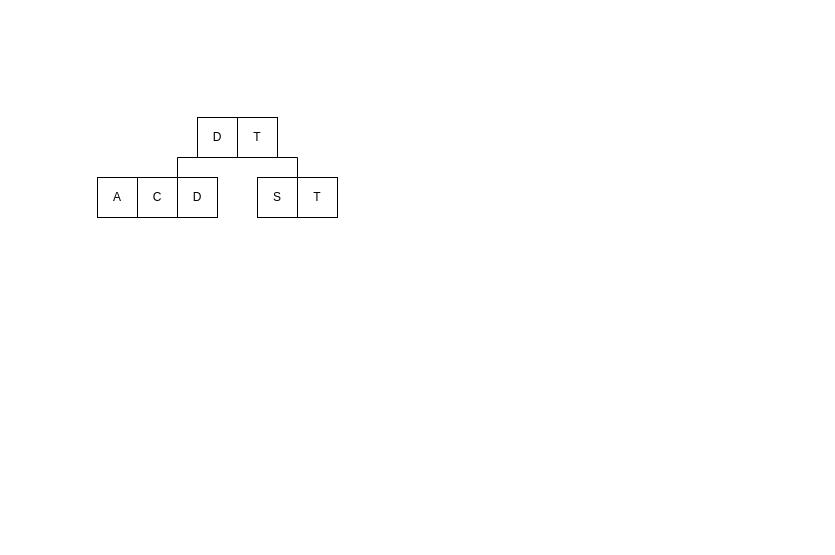
This is B Trees Example.drawio from JJVillasis/Database-Designs, a draw.io file, before an edit. Source tidied: cells renumbered, new cells numbered last; positions are measured from the earlier drawing's top-left corner, leaving out a move shared by most shapes. Both pictures are drawn from the tidied source at 100%, with x=0, y=0 at pixel (97, 117).
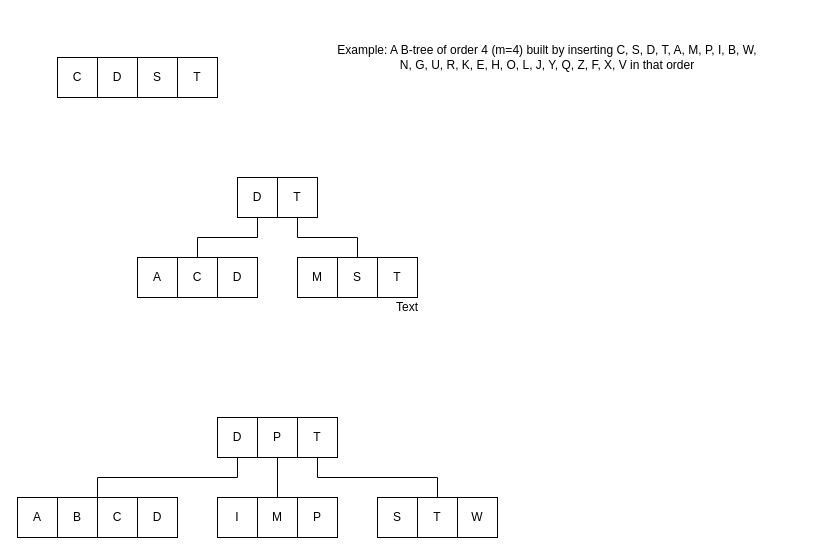
Above is the later version.

Diff of the diagram source:
```diff
@@
+    <mxCell id="4" style="edgeStyle=orthogonalEdgeStyle;rounded=0;jettySize=auto;html=1;exitX=0.5;exitY=1;exitDx=0;exitDy=0;endArrow=none;endFill=0;entryX=1;entryY=0;entryDx=0;entryDy=0;" parent="1" edge="1" source="5" target="33">
+      <mxGeometry relative="1" as="geometry">
+        <Array as="points">
+          <mxPoint x="140" y="360" />
+          <mxPoint y="360" />
+        </Array>
+      </mxGeometry>
+    </mxCell>
+    <mxCell id="11" style="edgeStyle=orthogonalEdgeStyle;rounded=0;jettySize=auto;html=1;exitX=1;exitY=1;exitDx=0;exitDy=0;entryX=1;entryY=0;entryDx=0;entryDy=0;endArrow=none;endFill=0;" parent="1" edge="1" source="10" target="3">
+      <mxGeometry relative="1" as="geometry">
+        <Array as="points">
+          <mxPoint x="220" y="340" />
+          <mxPoint x="220" y="360" />
+          <mxPoint x="340" y="360" />
+          <mxPoint x="340" y="380" />
+        </Array>
+      </mxGeometry>
+    </mxCell>
+    <mxCell id="3" value="S" style="whiteSpace=wrap;html=1;align=center;" parent="1" vertex="1">
+      <mxGeometry x="280" y="380" width="40" height="40" as="geometry" />
+    </mxCell>
+    <mxCell id="6" value="T" style="whiteSpace=wrap;html=1;align=center;" parent="1" vertex="1">
+      <mxGeometry x="320" y="380" width="40" height="40" as="geometry" />
+    </mxCell>
+    <mxCell id="12" value="M" style="whiteSpace=wrap;html=1;align=center;" parent="1" vertex="1">
+      <mxGeometry x="160" y="380" width="40" height="40" as="geometry" />
+    </mxCell>
+    <mxCell id="13" value="P" style="whiteSpace=wrap;html=1;align=center;" parent="1" vertex="1">
+      <mxGeometry x="200" y="380" width="40" height="40" as="geometry" />
+    </mxCell>
+    <mxCell id="5" value="D" style="whiteSpace=wrap;html=1;align=center;" parent="1" vertex="1">
+      <mxGeometry x="120" y="300" width="40" height="40" as="geometry" />
+    </mxCell>
+    <mxCell id="10" value="T" style="whiteSpace=wrap;html=1;align=center;" parent="1" vertex="1">
+      <mxGeometry x="200" y="300" width="40" height="40" as="geometry" />
+    </mxCell>
+    <mxCell id="14" value="I" style="whiteSpace=wrap;html=1;align=center;" parent="1" vertex="1">
+      <mxGeometry x="120" y="380" width="40" height="40" as="geometry" />
+    </mxCell>
+    <mxCell id="15" style="edgeStyle=orthogonalEdgeStyle;rounded=0;jettySize=auto;html=1;exitX=0.5;exitY=1;exitDx=0;exitDy=0;entryX=0.5;entryY=0;entryDx=0;entryDy=0;endArrow=none;endFill=0;" parent="1" edge="1" source="16" target="12">
+      <mxGeometry relative="1" as="geometry" />
+    </mxCell>
+    <mxCell id="16" value="P" style="whiteSpace=wrap;html=1;align=center;" parent="1" vertex="1">
+      <mxGeometry x="160" y="300" width="40" height="40" as="geometry" />
+    </mxCell>
+    <mxCell id="17" value="C" style="whiteSpace=wrap;html=1;align=center;" parent="1" vertex="1">
+      <mxGeometry x="-40" y="-60" width="40" height="40" as="geometry" />
+    </mxCell>
+    <mxCell id="18" value="D" style="whiteSpace=wrap;html=1;align=center;" parent="1" vertex="1">
+      <mxGeometry y="-60" width="40" height="40" as="geometry" />
+    </mxCell>
+    <mxCell id="19" value="S" style="whiteSpace=wrap;html=1;align=center;" parent="1" vertex="1">
+      <mxGeometry x="40" y="-60" width="40" height="40" as="geometry" />
+    </mxCell>
+    <mxCell id="20" value="T" style="whiteSpace=wrap;html=1;align=center;" parent="1" vertex="1">
+      <mxGeometry x="80" y="-60" width="40" height="40" as="geometry" />
+    </mxCell>
+    <mxCell id="21" style="edgeStyle=orthogonalEdgeStyle;rounded=0;jettySize=auto;html=1;exitX=0.5;exitY=1;exitDx=0;exitDy=0;entryX=0.5;entryY=0;entryDx=0;entryDy=0;endArrow=none;endFill=0;" parent="1" edge="1" source="25" target="28">
+      <mxGeometry relative="1" as="geometry" />
+    </mxCell>
+    <mxCell id="22" value="S" style="whiteSpace=wrap;html=1;align=center;" parent="1" vertex="1">
+      <mxGeometry x="240" y="140" width="40" height="40" as="geometry" />
+    </mxCell>
+    <mxCell id="23" style="edgeStyle=orthogonalEdgeStyle;rounded=0;jettySize=auto;html=1;exitX=0.5;exitY=0;exitDx=0;exitDy=0;entryX=0.5;entryY=1;entryDx=0;entryDy=0;endArrow=none;endFill=0;" parent="1" edge="1" source="24" target="26">
+      <mxGeometry relative="1" as="geometry">
+        <Array as="points">
+          <mxPoint x="260" y="140" />
+          <mxPoint x="260" y="120" />
+          <mxPoint x="200" y="120" />
+        </Array>
+      </mxGeometry>
+    </mxCell>
+    <mxCell id="24" value="T" style="whiteSpace=wrap;html=1;align=center;" parent="1" vertex="1">
+      <mxGeometry x="280" y="140" width="40" height="40" as="geometry" />
+    </mxCell>
+    <mxCell id="25" value="D" style="whiteSpace=wrap;html=1;align=center;" parent="1" vertex="1">
+      <mxGeometry x="140" y="60" width="40" height="40" as="geometry" />
+    </mxCell>
+    <mxCell id="26" value="T" style="whiteSpace=wrap;html=1;align=center;" parent="1" vertex="1">
+      <mxGeometry x="180" y="60" width="40" height="40" as="geometry" />
+    </mxCell>
+    <mxCell id="27" value="A" style="whiteSpace=wrap;html=1;align=center;" parent="1" vertex="1">
+      <mxGeometry x="40" y="140" width="40" height="40" as="geometry" />
+    </mxCell>
+    <mxCell id="28" value="C" style="whiteSpace=wrap;html=1;align=center;" parent="1" vertex="1">
+      <mxGeometry x="80" y="140" width="40" height="40" as="geometry" />
+    </mxCell>
+    <mxCell id="29" value="D" style="whiteSpace=wrap;html=1;align=center;" parent="1" vertex="1">
+      <mxGeometry x="120" y="140" width="40" height="40" as="geometry" />
+    </mxCell>
+    <mxCell id="30" value="M" style="whiteSpace=wrap;html=1;align=center;" parent="1" vertex="1">
+      <mxGeometry x="200" y="140" width="40" height="40" as="geometry" />
+    </mxCell>
+    <mxCell id="31" value="Text" style="text;html=1;strokeColor=none;fillColor=none;align=center;verticalAlign=middle;whiteSpace=wrap;rounded=0;" parent="1" vertex="1">
+      <mxGeometry x="290" y="180" width="40" height="20" as="geometry" />
+    </mxCell>
+    <mxCell id="32" value="Example: A B-tree of order 4 (m=4) built by inserting C, S, D, T, A, M, P, I, B, W,&lt;br/&gt;N, G, U, R, K, E, H, O, L, J, Y, Q, Z, F, X, V in that order" style="text;html=1;strokeColor=none;fillColor=none;align=center;verticalAlign=middle;whiteSpace=wrap;rounded=0;" parent="1" vertex="1">
+      <mxGeometry x="180" y="-100" width="540" height="80" as="geometry" />
+    </mxCell>
     <mxCell id="2" value="D" style="whiteSpace=wrap;html=1;align=center;" parent="1" vertex="1">
-      <mxGeometry x="80" y="60" width="40" height="40" as="geometry" />
+      <mxGeometry x="40" y="380" width="40" height="40" as="geometry" />
     </mxCell>
-    <mxCell id="3" value="S" style="whiteSpace=wrap;html=1;align=center;" parent="1" vertex="1">
-      <mxGeometry x="160" y="60" width="40" height="40" as="geometry" />
-    </mxCell>
-    <mxCell id="4" style="edgeStyle=orthogonalEdgeStyle;rounded=0;jettySize=auto;html=1;exitX=0;exitY=1;exitDx=0;exitDy=0;entryX=0;entryY=0;entryDx=0;entryDy=0;endArrow=none;endFill=0;" parent="1" edge="1" source="5" target="2">
-      <mxGeometry relative="1" as="geometry" />
-    </mxCell>
-    <mxCell id="5" value="D" style="whiteSpace=wrap;html=1;align=center;" parent="1" vertex="1">
-      <mxGeometry x="100" width="40" height="40" as="geometry" />
-    </mxCell>
-    <mxCell id="6" value="T" style="whiteSpace=wrap;html=1;align=center;" parent="1" vertex="1">
-      <mxGeometry x="200" y="60" width="40" height="40" as="geometry" />
-    </mxCell>
     <mxCell id="7" value="C" style="whiteSpace=wrap;html=1;align=center;" parent="1" vertex="1">
-      <mxGeometry x="40" y="60" width="40" height="40" as="geometry" />
+      <mxGeometry y="380" width="40" height="40" as="geometry" />
     </mxCell>
     <mxCell id="8" value="A" style="whiteSpace=wrap;html=1;align=center;" parent="1" vertex="1">
-      <mxGeometry y="60" width="40" height="40" as="geometry" />
+      <mxGeometry x="-80" y="380" width="40" height="40" as="geometry" />
     </mxCell>
-    <mxCell id="9" style="edgeStyle=orthogonalEdgeStyle;rounded=0;jettySize=auto;html=1;exitX=1;exitY=1;exitDx=0;exitDy=0;entryX=0;entryY=0;entryDx=0;entryDy=0;endArrow=none;endFill=0;" parent="1" edge="1" source="10" target="6">
-      <mxGeometry relative="1" as="geometry" />
-    </mxCell>
-    <mxCell id="10" value="T" style="whiteSpace=wrap;html=1;align=center;" parent="1" vertex="1">
-      <mxGeometry x="140" width="40" height="40" as="geometry" />
-    </mxCell>
+    <mxCell id="33" value="B" style="whiteSpace=wrap;html=1;align=center;" parent="1" vertex="1">
+      <mxGeometry x="-40" y="380" width="40" height="40" as="geometry" />
+    </mxCell>
+    <mxCell id="34" value="W" style="whiteSpace=wrap;html=1;align=center;" parent="1" vertex="1">
+      <mxGeometry x="360" y="380" width="40" height="40" as="geometry" />
+    </mxCell>
```
